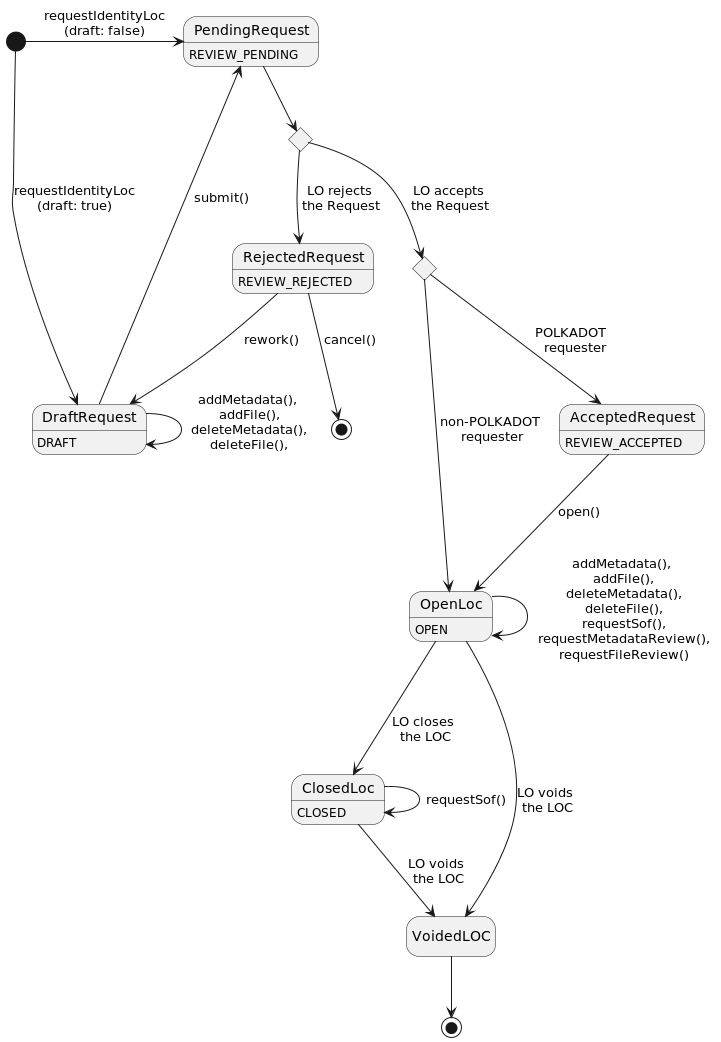
The PlantUML diagram website/docs/client/img/identity-loc-state.png in logion-network/logion-api, before a commit. Its source is kept beside it as website/docs/client/img/identity-loc-state.puml.
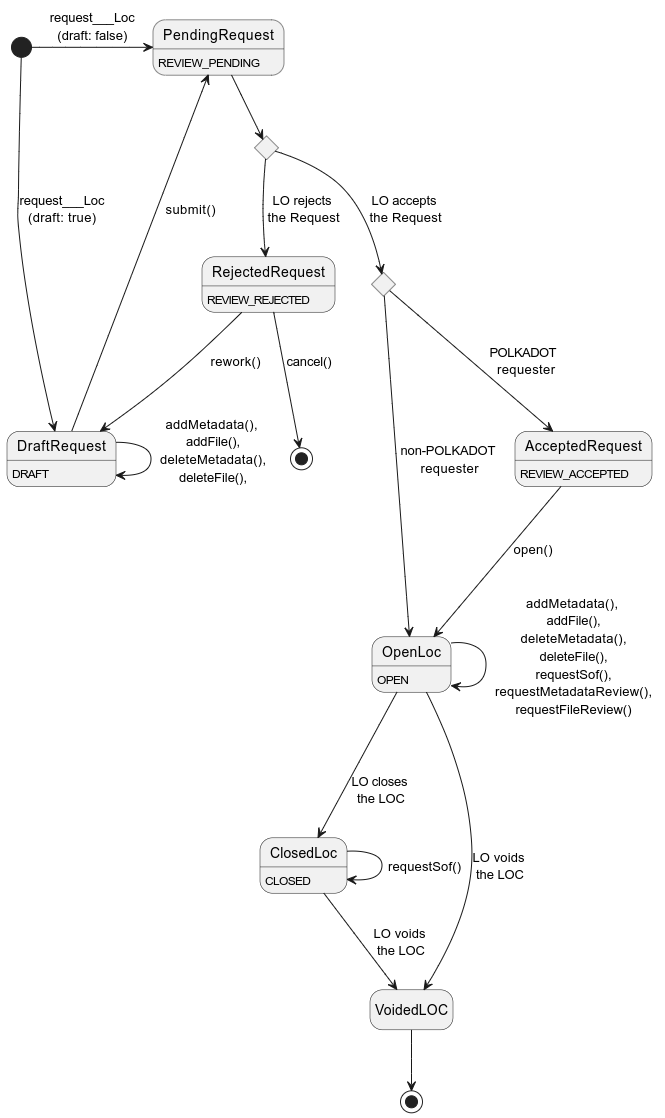
Above is the later version.

Change to the diagram source:
```diff
@@ -9,8 +9,8 @@
 RejectedRequest : REVIEW_REJECTED
 ClosedLoc : CLOSED
 AcceptedRequest : REVIEW_ACCEPTED
-[*] -right-> PendingRequest: requestIdentityLoc\n(draft: false)
-[*] --> DraftRequest: requestIdentityLoc\n(draft: true)
+[*] -right-> PendingRequest: request___Loc\n(draft: false)
+[*] --> DraftRequest: request___Loc\n(draft: true)
 DraftRequest --> DraftRequest: addMetadata(),\n addFile(),\n deleteMetadata(),\n deleteFile(),\n
 DraftRequest --> PendingRequest: submit()
 PendingRequest --> decision
```
